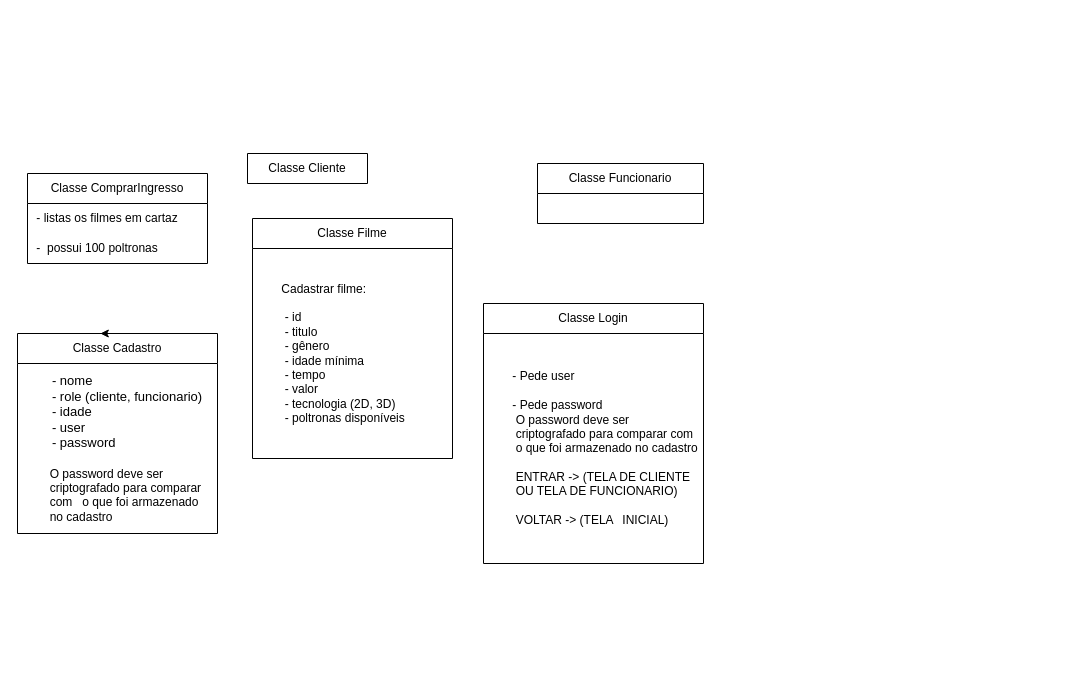
Sonegors/cineticket keeps this draw.io diagram as Diagrama sem nome.drawio. Above is the earlier version. Source tidied: cells renumbered, new cells numbered last; positions are measured from the earlier drawing's top-left corner, leaving out a move shared by most shapes. Both pictures are drawn from the tidied source at 100%, with x=0, y=0 at pixel (17, 153).
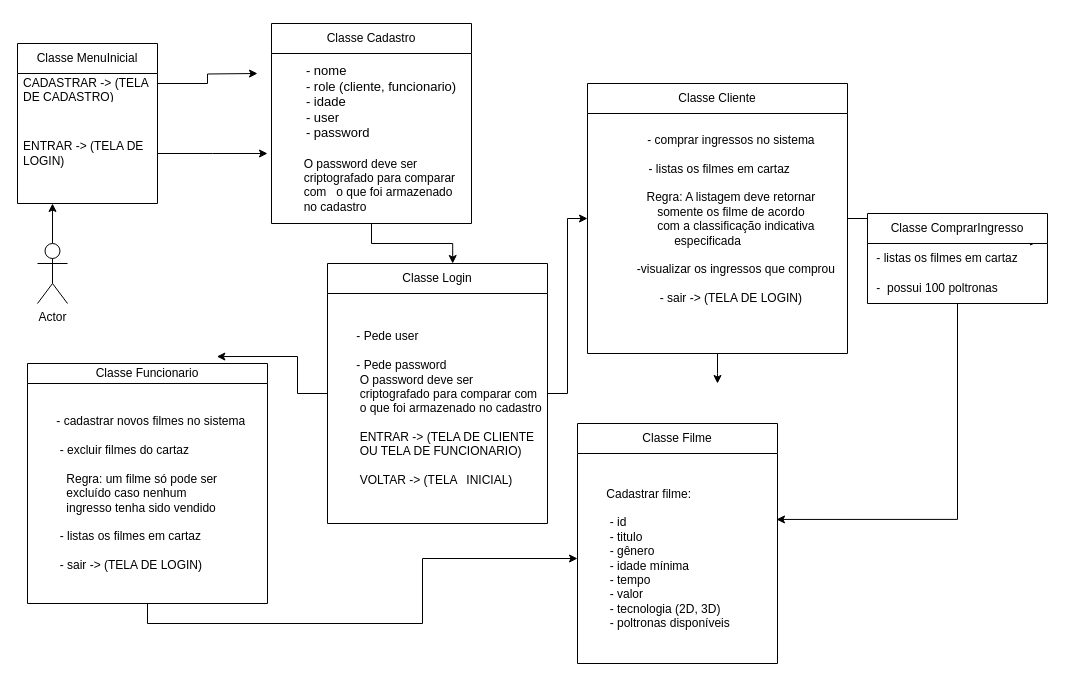
Above is the later version.

The change refers to these unchanged cells:
```xml
<mxCell id="4" value="&lt;div&gt;&amp;nbsp;&amp;nbsp;&amp;nbsp;&amp;nbsp;&amp;nbsp;&amp;nbsp; Cadastrar filme:&lt;/div&gt;&lt;div&gt;&lt;br&gt;&lt;/div&gt;&amp;nbsp;&amp;nbsp; &amp;nbsp;&amp;nbsp;&amp;nbsp;&amp;nbsp; - id &lt;br&gt;&amp;nbsp;&amp;nbsp; &amp;nbsp;&amp;nbsp;&amp;nbsp;&amp;nbsp; - titulo&lt;br&gt;&amp;nbsp;&amp;nbsp; &amp;nbsp;&amp;nbsp;&amp;nbsp;&amp;nbsp; - gênero&lt;br&gt;&amp;nbsp;&amp;nbsp; &amp;nbsp;&amp;nbsp;&amp;nbsp;&amp;nbsp; - idade mínima&lt;br&gt;&amp;nbsp;&amp;nbsp; &amp;nbsp;&amp;nbsp;&amp;nbsp;&amp;nbsp; - tempo&lt;br&gt;&amp;nbsp;&amp;nbsp; &amp;nbsp;&amp;nbsp;&amp;nbsp;&amp;nbsp; - valor&lt;br&gt;&amp;nbsp;&amp;nbsp; &amp;nbsp;&amp;nbsp;&amp;nbsp;&amp;nbsp; - tecnologia (2D, 3D)&lt;br&gt;&amp;nbsp;&amp;nbsp; &amp;nbsp;&amp;nbsp;&amp;nbsp;&amp;nbsp; - poltronas disponíveis" style="text;strokeColor=none;fillColor=none;align=left;verticalAlign=middle;spacingLeft=4;spacingRight=4;overflow=hidden;points=[[0,0.5],[1,0.5]];portConstraint=eastwest;whiteSpace=wrap;html=1;" parent="3" vertex="1">
  <mxGeometry y="30" width="200" height="210" as="geometry" />
</mxCell>
<mxCell id="7" value="&amp;nbsp;- listas os filmes em cartaz" style="text;strokeColor=none;fillColor=none;align=left;verticalAlign=middle;spacingLeft=4;spacingRight=4;overflow=hidden;points=[[0,0.5],[1,0.5]];portConstraint=eastwest;whiteSpace=wrap;html=1;" parent="6" vertex="1">
  <mxGeometry y="30" width="180" height="30" as="geometry" />
</mxCell>
```

Change to the diagram source:
```diff
@@
+    <mxCell id="14" style="edgeStyle=orthogonalEdgeStyle;rounded=0;jettySize=auto;html=1;entryX=0.95;entryY=-0.067;entryDx=0;entryDy=0;entryPerimeter=0;" parent="1" edge="1" source="2" target="7">
+      <mxGeometry relative="1" as="geometry" />
+    </mxCell>
-    <mxCell id="2" value="Classe Cliente" style="swimlane;fontStyle=0;horizontal=1;startSize=30;whiteSpace=wrap;html=1;" parent="1" vertex="1" collapsed="1">
-      <mxGeometry x="230" width="120" height="30" as="geometry" />
+    <mxCell id="2" value="Classe Cliente" style="swimlane;fontStyle=0;horizontal=1;startSize=30;whiteSpace=wrap;html=1;" parent="1" vertex="1">
+      <mxGeometry x="570" y="-70" width="260" height="270" as="geometry" />
     </mxCell>
+    <mxCell id="15" style="edgeStyle=orthogonalEdgeStyle;rounded=0;jettySize=auto;html=1;" parent="2" edge="1" source="16">
+      <mxGeometry relative="1" as="geometry">
+        <mxPoint x="130" y="300" as="targetPoint" />
+      </mxGeometry>
+    </mxCell>
+    <mxCell id="16" value="&lt;div&gt;&lt;br&gt;&lt;/div&gt;&lt;div&gt;&lt;span style=&quot;&quot;&gt;&lt;span style=&quot;&quot;&gt;&amp;nbsp;&amp;nbsp;&amp;nbsp;&amp;nbsp;&lt;/span&gt;&lt;/span&gt;&lt;span style=&quot;&quot;&gt;&lt;span style=&quot;&quot;&gt;&amp;nbsp;&amp;nbsp;&amp;nbsp;&amp;nbsp;&lt;/span&gt;&lt;/span&gt;- comprar ingressos no sistema&lt;br&gt;&amp;nbsp;&amp;nbsp; &amp;nbsp;&amp;nbsp;&amp;nbsp;&amp;nbsp;&lt;/div&gt;&lt;div&gt;&amp;nbsp;- listas os filmes em cartaz&lt;br&gt;&amp;nbsp;&amp;nbsp; &amp;nbsp;&amp;nbsp;&amp;nbsp;&amp;nbsp; &amp;nbsp;&amp;nbsp;&amp;nbsp;&amp;nbsp;&lt;/div&gt;&lt;div&gt;&lt;span style=&quot;&quot;&gt;&lt;span style=&quot;white-space: pre;&quot;&gt;&amp;nbsp;&amp;nbsp;&amp;nbsp;&amp;nbsp;&lt;/span&gt;&lt;/span&gt;&lt;span style=&quot;&quot;&gt;&lt;span style=&quot;white-space: pre;&quot;&gt;&amp;nbsp;&amp;nbsp;&amp;nbsp;&amp;nbsp;&lt;/span&gt;&lt;/span&gt;Regra: A listagem deve retornar &lt;br&gt;&lt;/div&gt;&lt;div&gt;&lt;span style=&quot;&quot;&gt;&lt;span style=&quot;white-space: pre;&quot;&gt;&amp;nbsp;&amp;nbsp;&amp;nbsp;&amp;nbsp;&lt;/span&gt;&lt;/span&gt;&lt;span style=&quot;&quot;&gt;&lt;span style=&quot;white-space: pre;&quot;&gt;&amp;nbsp;&amp;nbsp;&amp;nbsp;&amp;nbsp;&lt;/span&gt;&lt;/span&gt;somente os filme de acordo&lt;/div&gt;&lt;div&gt;&lt;span style=&quot;&quot;&gt;&lt;span style=&quot;white-space: pre;&quot;&gt;&amp;nbsp;&amp;nbsp;&amp;nbsp;&amp;nbsp;&lt;/span&gt;&lt;/span&gt;&lt;span style=&quot;&quot;&gt;&lt;span style=&quot;white-space: pre;&quot;&gt;&amp;nbsp;&amp;nbsp;&amp;nbsp;&amp;nbsp;&lt;/span&gt;&lt;/span&gt;&amp;nbsp;&amp;nbsp; com a classificação indicativa&lt;/div&gt;&lt;div&gt;especificada&amp;nbsp;&amp;nbsp; &amp;nbsp;&amp;nbsp;&amp;nbsp; &lt;br&gt;&lt;/div&gt;&lt;div&gt;&lt;br&gt;&lt;/div&gt;&lt;div&gt;&amp;nbsp;&lt;span style=&quot;&quot;&gt;&lt;span style=&quot;&quot;&gt;&amp;nbsp;&amp;nbsp;&amp;nbsp;&amp;nbsp;&lt;/span&gt;&lt;/span&gt;&lt;span style=&quot;&quot;&gt;&lt;span style=&quot;&quot;&gt;&amp;nbsp;&amp;nbsp;&amp;nbsp;&amp;nbsp;&lt;/span&gt;&lt;/span&gt;&amp;nbsp; -visualizar os ingressos que comprou&lt;br&gt;&lt;/div&gt;&lt;div&gt;&lt;br&gt;&lt;/div&gt;&lt;div&gt;&amp;nbsp;&amp;nbsp; &amp;nbsp;&amp;nbsp;&amp;nbsp;&amp;nbsp; - sair -&amp;gt; (TELA DE LOGIN)&lt;br&gt;&lt;/div&gt;&lt;div&gt;&lt;br&gt;&lt;/div&gt;&lt;div&gt;&lt;br&gt;&lt;/div&gt;&lt;div&gt;&lt;br&gt;&lt;/div&gt;" style="text;html=1;align=center;verticalAlign=middle;points=[];strokeColor=none;fillColor=none;" parent="2" vertex="1">
+      <mxGeometry y="30" width="260" height="240" as="geometry" />
+    </mxCell>
     <mxCell id="3" value="Classe Filme" style="swimlane;fontStyle=0;horizontal=1;startSize=30;whiteSpace=wrap;html=1;" parent="1" vertex="1">
-      <mxGeometry x="235" y="65" width="200" height="240" as="geometry" />
+      <mxGeometry x="560" y="270" width="200" height="240" as="geometry" />
     </mxCell>
@@
+    <mxCell id="17" style="edgeStyle=orthogonalEdgeStyle;rounded=0;jettySize=auto;html=1;exitX=0.5;exitY=1;exitDx=0;exitDy=0;" parent="1" edge="1" source="5" target="4">
+      <mxGeometry relative="1" as="geometry" />
+    </mxCell>
-    <mxCell id="5" value="Classe Funcionario" style="swimlane;fontStyle=0;horizontal=1;startSize=30;whiteSpace=wrap;html=1;" parent="1" vertex="1" collapsed="1">
-      <mxGeometry x="520" y="10" width="166" height="60" as="geometry" />
+    <mxCell id="5" value="Classe Funcionario" style="swimlane;fontStyle=0;horizontal=1;startSize=20;whiteSpace=wrap;html=1;" parent="1" vertex="1">
+      <mxGeometry x="10" y="210" width="240" height="240" as="geometry" />
     </mxCell>
+    <mxCell id="18" value="&lt;div align=&quot;left&quot;&gt;&amp;nbsp;&amp;nbsp;&amp;nbsp;&amp;nbsp;&amp;nbsp;&amp;nbsp; - cadastrar novos filmes no sistema&lt;/div&gt;&lt;div align=&quot;left&quot;&gt;&lt;br&gt;&lt;/div&gt;&lt;div align=&quot;left&quot;&gt;&amp;nbsp;&amp;nbsp; &amp;nbsp;&amp;nbsp;&amp;nbsp;&amp;nbsp; - excluir filmes do cartaz&lt;/div&gt;&lt;div align=&quot;left&quot;&gt;&lt;br&gt;&lt;/div&gt;&lt;div align=&quot;left&quot;&gt;&amp;nbsp;&amp;nbsp; &amp;nbsp;&amp;nbsp;&amp;nbsp;&amp;nbsp; &amp;nbsp; Regra: um filme só pode ser&amp;nbsp;&lt;/div&gt;&lt;div align=&quot;left&quot;&gt;&amp;nbsp;&amp;nbsp;&amp;nbsp;&amp;nbsp;&amp;nbsp;&amp;nbsp;&amp;nbsp;&amp;nbsp;&amp;nbsp; excluído caso nenhum&amp;nbsp;&amp;nbsp;&amp;nbsp;&lt;/div&gt;&lt;div align=&quot;left&quot;&gt;&amp;nbsp;&amp;nbsp;&amp;nbsp;&amp;nbsp;&amp;nbsp;&amp;nbsp;&amp;nbsp;&amp;nbsp;&amp;nbsp; ingresso tenha sido vendido&lt;/div&gt;&lt;div align=&quot;left&quot;&gt;&lt;br&gt;&lt;/div&gt;&lt;div align=&quot;left&quot;&gt;&amp;nbsp;&amp;nbsp; &amp;nbsp;&amp;nbsp;&amp;nbsp;&amp;nbsp; - listas os filmes em cartaz&lt;br&gt;&lt;/div&gt;&lt;div align=&quot;left&quot;&gt;&lt;br&gt;&lt;/div&gt;&lt;div align=&quot;left&quot;&gt;&amp;nbsp;&amp;nbsp; &amp;nbsp;&amp;nbsp;&amp;nbsp;&amp;nbsp; - sair -&amp;gt; (TELA DE LOGIN)&lt;/div&gt;" style="text;strokeColor=none;fillColor=none;align=left;verticalAlign=middle;spacingLeft=4;spacingRight=4;overflow=hidden;whiteSpace=wrap;html=1;" parent="5" vertex="1">
+      <mxGeometry y="20" width="240" height="220" as="geometry" />
+    </mxCell>
+    <mxCell id="19" style="edgeStyle=orthogonalEdgeStyle;rounded=0;jettySize=auto;html=1;exitX=0.5;exitY=1;exitDx=0;exitDy=0;entryX=0.995;entryY=0.314;entryDx=0;entryDy=0;entryPerimeter=0;" parent="1" edge="1" source="6" target="4">
+      <mxGeometry relative="1" as="geometry" />
+    </mxCell>
     <mxCell id="6" value="Classe ComprarIngresso" style="swimlane;fontStyle=0;horizontal=1;startSize=30;whiteSpace=wrap;html=1;" parent="1" vertex="1">
-      <mxGeometry x="10" y="20" width="180" height="90" as="geometry" />
+      <mxGeometry x="850" y="60" width="180" height="90" as="geometry" />
     </mxCell>
@@
+    <mxCell id="20" style="edgeStyle=orthogonalEdgeStyle;rounded=0;jettySize=auto;html=1;entryX=0.569;entryY=0;entryDx=0;entryDy=0;entryPerimeter=0;" parent="1" edge="1" source="9" target="12">
+      <mxGeometry relative="1" as="geometry" />
+    </mxCell>
     <mxCell id="9" value="&lt;div&gt;&lt;br&gt;&lt;/div&gt;&lt;div&gt;Classe Cadastro&lt;/div&gt;&lt;div&gt;&lt;br&gt;&lt;/div&gt;" style="swimlane;fontStyle=0;horizontal=1;startSize=30;whiteSpace=wrap;html=1;" parent="1" vertex="1">
-      <mxGeometry y="180" width="200" height="200" as="geometry" />
+      <mxGeometry x="254" y="-130" width="200" height="200" as="geometry" />
     </mxCell>
@@
-    <mxCell id="11" style="edgeStyle=orthogonalEdgeStyle;rounded=0;orthogonalLoop=1;jettySize=auto;html=1;exitX=0.5;exitY=0;exitDx=0;exitDy=0;entryX=0.414;entryY=0;entryDx=0;entryDy=0;entryPerimeter=0;" parent="1" edge="1" source="9" target="9">
-      <mxGeometry relative="1" as="geometry" />
-    </mxCell>
+    <mxCell id="21" style="edgeStyle=orthogonalEdgeStyle;rounded=0;jettySize=auto;html=1;entryX=0;entryY=0.5;entryDx=0;entryDy=0;" parent="1" edge="1" source="12" target="2">
+      <mxGeometry relative="1" as="geometry" />
+    </mxCell>
+    <mxCell id="22" style="edgeStyle=orthogonalEdgeStyle;rounded=0;jettySize=auto;html=1;entryX=0.789;entryY=-0.029;entryDx=0;entryDy=0;entryPerimeter=0;" parent="1" edge="1" source="12" target="5">
+      <mxGeometry relative="1" as="geometry" />
+    </mxCell>
     <mxCell id="12" value="Classe Login" style="swimlane;fontStyle=0;horizontal=1;startSize=30;whiteSpace=wrap;html=1;" parent="1" vertex="1">
-      <mxGeometry x="466" y="150" width="220" height="260" as="geometry" />
+      <mxGeometry x="310" y="110" width="220" height="260" as="geometry" />
     </mxCell>
@@
+    <mxCell id="23" style="edgeStyle=orthogonalEdgeStyle;rounded=0;jettySize=auto;html=1;exitX=1;exitY=0.25;exitDx=0;exitDy=0;" parent="1" edge="1" source="24">
+      <mxGeometry relative="1" as="geometry">
+        <mxPoint x="240" y="-80" as="targetPoint" />
+      </mxGeometry>
+    </mxCell>
+    <mxCell id="24" value="Classe MenuInicial" style="swimlane;fontStyle=0;horizontal=1;startSize=30;whiteSpace=wrap;html=1;" parent="1" vertex="1">
+      <mxGeometry y="-110" width="140" height="160" as="geometry" />
+    </mxCell>
+    <mxCell id="25" value="CADASTRAR -&amp;gt; (TELA DE CADASTRO)" style="text;strokeColor=none;fillColor=none;align=left;verticalAlign=middle;spacingLeft=4;spacingRight=4;overflow=hidden;whiteSpace=wrap;html=1;" parent="24" vertex="1">
+      <mxGeometry y="30" width="140" height="30" as="geometry" />
+    </mxCell>
+    <mxCell id="26" style="edgeStyle=orthogonalEdgeStyle;rounded=0;jettySize=auto;html=1;" parent="24" edge="1" source="27">
+      <mxGeometry relative="1" as="geometry">
+        <mxPoint x="250" y="110" as="targetPoint" />
+      </mxGeometry>
+    </mxCell>
+    <mxCell id="27" value="&lt;div&gt;&lt;br&gt;&lt;/div&gt;&lt;div&gt;ENTRAR -&amp;gt; (TELA DE LOGIN)&lt;/div&gt;&lt;div&gt;&lt;br&gt;&lt;/div&gt;" style="text;strokeColor=none;fillColor=none;align=left;verticalAlign=middle;spacingLeft=4;spacingRight=4;overflow=hidden;points=[[0,0.5],[1,0.5]];portConstraint=eastwest;whiteSpace=wrap;html=1;" parent="24" vertex="1">
+      <mxGeometry y="60" width="140" height="100" as="geometry" />
+    </mxCell>
+    <mxCell id="28" style="edgeStyle=orthogonalEdgeStyle;rounded=0;jettySize=auto;html=1;entryX=0.25;entryY=1;entryDx=0;entryDy=0;" parent="1" edge="1" source="29" target="24">
+      <mxGeometry relative="1" as="geometry" />
+    </mxCell>
+    <mxCell id="29" value="Actor" style="shape=umlActor;verticalLabelPosition=bottom;verticalAlign=top;html=1;outlineConnect=0;" parent="1" vertex="1">
+      <mxGeometry x="20" y="90" width="30" height="60" as="geometry" />
+    </mxCell>
```
